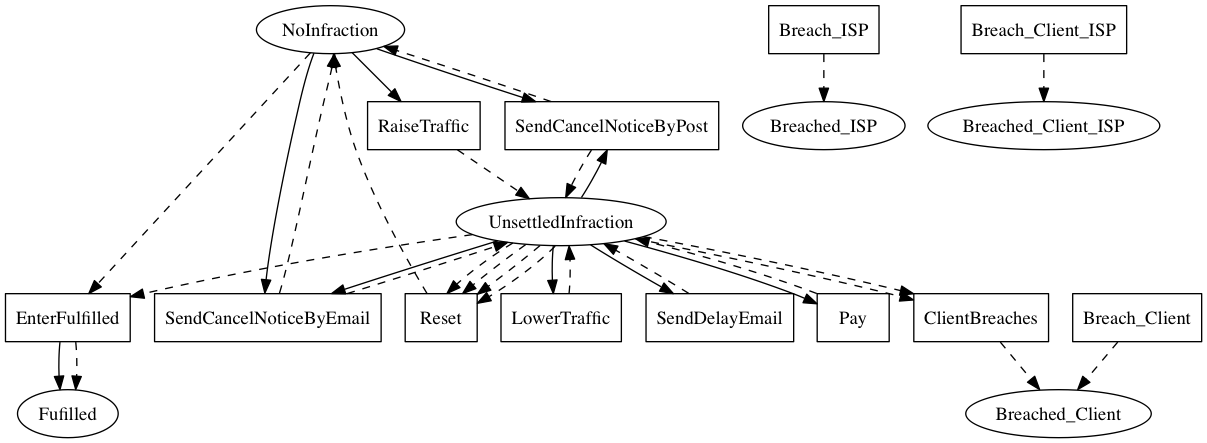
This is linear_state_machine_language/pyL4/examples/out_graphviz/from_academic_lit/prisacariu_schneider_abdelsadiq_Internet_provision_with_renew.png from Marcao02/complaw-deeptech, a Graphviz export, as it was before one commit. Its source is kept beside it as linear_state_machine_language/pyL4/examples/out_graphviz/from_academic_lit/prisacariu_schneider_abdelsadiq_Internet_provision_with_renew.dot.
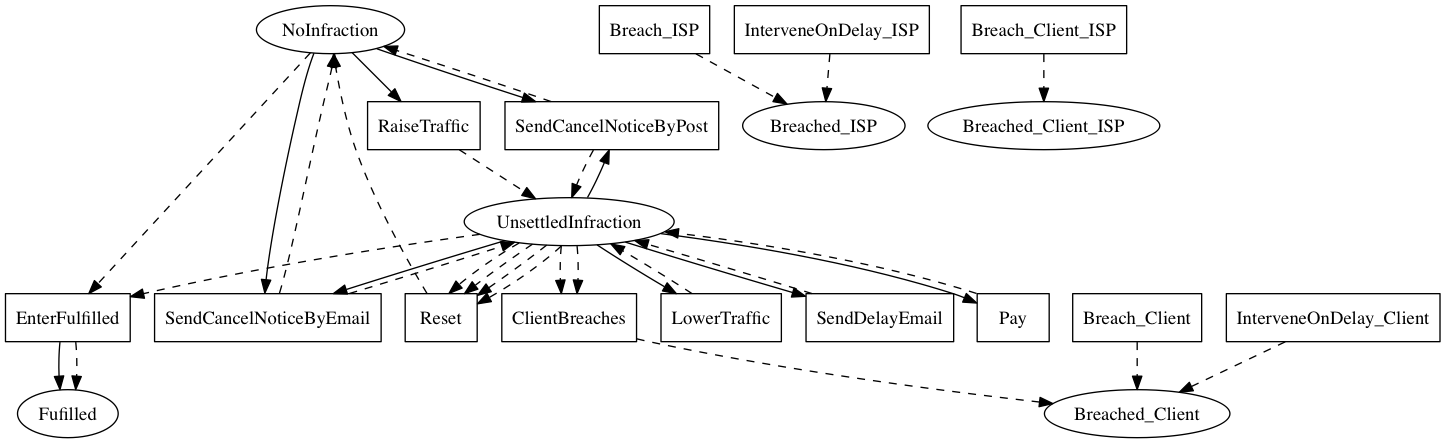
The same diagram one commit later.

The edit, as a diff of the source:
```diff
@@ -19,7 +19,9 @@
 	EnterFulfilled[label=EnterFulfilled,shape=box];
 	Breach_ISP[label=Breach_ISP,shape=box];
 	Breach_Client[label=Breach_Client,shape=box];
-	Breach_Client_ISP[label=Breach_Client_ISP,shape=box]
+	Breach_Client_ISP[label=Breach_Client_ISP,shape=box];
+	InterveneOnDelay_ISP[label=InterveneOnDelay_ISP,shape=box];
+	InterveneOnDelay_Client[label=InterveneOnDelay_Client,shape=box]
 
     EnterFulfilled -> Fulfilled;
 
@@ -49,6 +51,8 @@
 	Breach_ISP -> Breached_ISP [style=dashed];
 	Breach_Client -> Breached_Client [style=dashed];
 	Breach_Client_ISP -> Breached_Client_ISP [style=dashed];
+	InterveneOnDelay_ISP -> Breached_ISP [style=dashed];
+	InterveneOnDelay_Client -> Breached_Client [style=dashed];
 
 
     SendCancelNoticeByPost -> NoInfraction [style=dashed];
```
